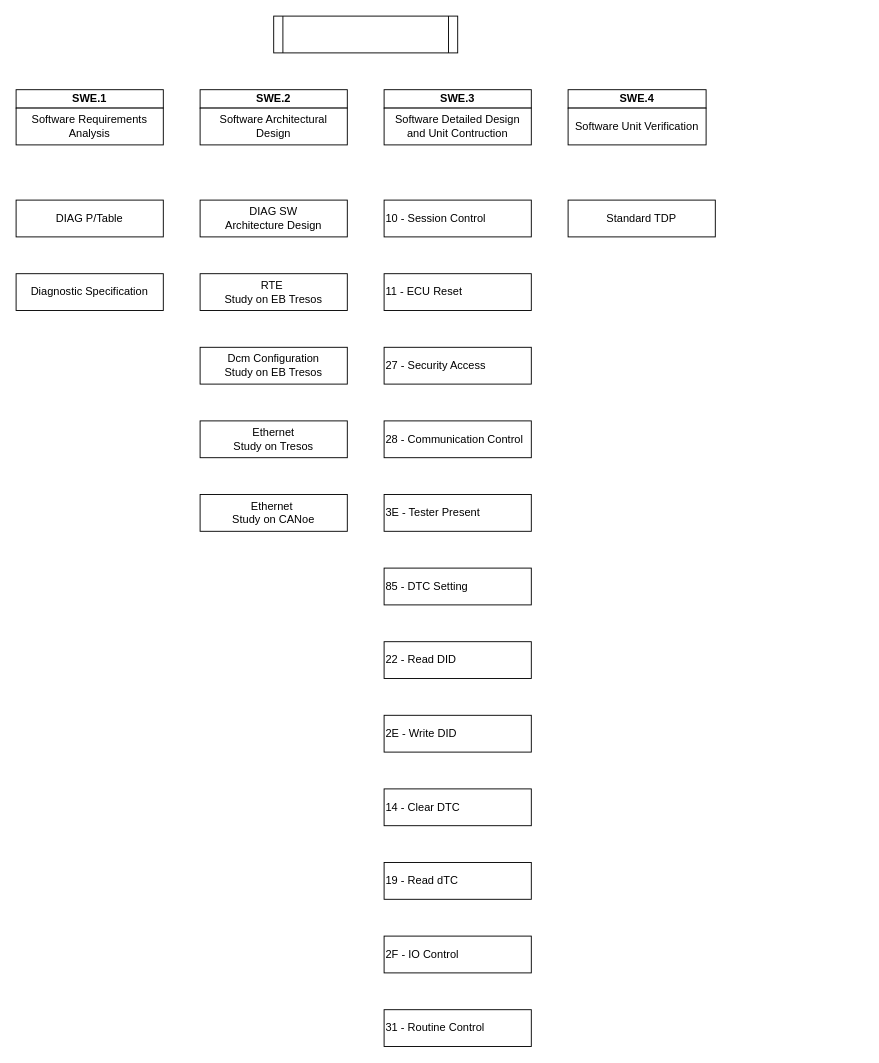
Jinhwan-Jung/emb keeps this draw.io diagram as page "02. ASPICE" (2 of 3) of 03. WBS/WBS_EMB.drawio. Above is the earlier version. Source tidied: cells renumbered, new cells numbered last; positions are measured from the earlier drawing's top-left corner, leaving out a move shared by most shapes. Both pictures are drawn from the tidied source at 92%, with x=0, y=0 at pixel (16, 16).
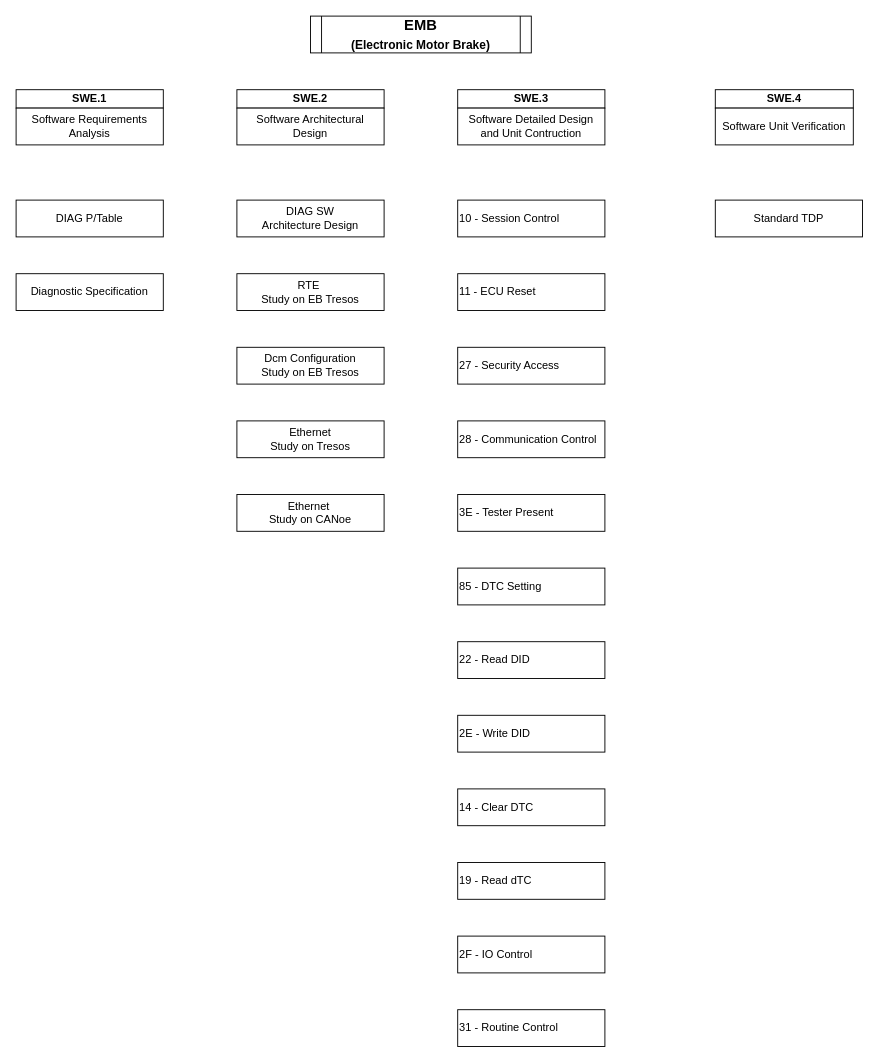
After the change.

Commit message:
update WBS draw

Diff of the diagram source:
```diff
@@
     <mxCell id="3" value="SWE.2" style="rounded=0;whiteSpace=wrap;html=1;fontStyle=1;" parent="1" vertex="1">
-      <mxGeometry x="200" y="80" width="160" height="20" as="geometry" />
+      <mxGeometry x="240" y="80" width="160" height="20" as="geometry" />
     </mxCell>
     <mxCell id="4" value="SWE.3" style="rounded=0;whiteSpace=wrap;html=1;fontStyle=1;" parent="1" vertex="1">
-      <mxGeometry x="400" y="80" width="160" height="20" as="geometry" />
+      <mxGeometry x="480" y="80" width="160" height="20" as="geometry" />
     </mxCell>
     <mxCell id="5" value="SWE.4" style="rounded=0;whiteSpace=wrap;html=1;fontStyle=1;" parent="1" vertex="1">
-      <mxGeometry x="600" y="80" width="150" height="20" as="geometry" />
+      <mxGeometry x="760" y="80" width="150" height="20" as="geometry" />
     </mxCell>
@@
     <mxCell id="8" value="DIAG SW&lt;br&gt;Architecture Design" style="rounded=0;whiteSpace=wrap;html=1;" parent="1" vertex="1">
-      <mxGeometry x="200" y="200" width="160" height="40" as="geometry" />
+      <mxGeometry x="240" y="200" width="160" height="40" as="geometry" />
     </mxCell>
@@
     <mxCell id="10" value="Software Architectural&lt;br&gt;Design" style="rounded=0;whiteSpace=wrap;html=1;" parent="1" vertex="1">
-      <mxGeometry x="200" y="100" width="160" height="40" as="geometry" />
+      <mxGeometry x="240" y="100" width="160" height="40" as="geometry" />
     </mxCell>
-    <mxCell id="11" style="shape=process;whiteSpace=wrap;html=1;backgroundOutline=1;fontSize=16;fontStyle=1;size=0.05;" parent="1" vertex="1">
-      <mxGeometry x="280" width="200" height="40" as="geometry" />
+    <mxCell id="11" value="EMB&lt;br&gt;&lt;font style=&quot;font-size: 13px&quot;&gt;(Electronic Motor Brake)&lt;/font&gt;" style="shape=process;whiteSpace=wrap;html=1;backgroundOutline=1;fontSize=16;fontStyle=1;size=0.05;" parent="1" vertex="1">
+      <mxGeometry x="320" width="240" height="40" as="geometry" />
     </mxCell>
     <mxCell id="12" value="Software Detailed Design&lt;br&gt;and Unit Contruction" style="rounded=0;whiteSpace=wrap;html=1;" parent="1" vertex="1">
-      <mxGeometry x="400" y="100" width="160" height="40" as="geometry" />
+      <mxGeometry x="480" y="100" width="160" height="40" as="geometry" />
     </mxCell>
     <mxCell id="13" value="Software Unit Verification" style="rounded=0;whiteSpace=wrap;html=1;" parent="1" vertex="1">
-      <mxGeometry x="600" y="100" width="150" height="40" as="geometry" />
+      <mxGeometry x="760" y="100" width="150" height="40" as="geometry" />
     </mxCell>
     <mxCell id="14" value="Standard TDP" style="rounded=0;whiteSpace=wrap;html=1;" parent="1" vertex="1">
-      <mxGeometry x="600" y="200" width="160" height="40" as="geometry" />
+      <mxGeometry x="760" y="200" width="160" height="40" as="geometry" />
     </mxCell>
     <mxCell id="15" value="RTE&amp;nbsp;&lt;br&gt;Study on EB Tresos" style="rounded=0;whiteSpace=wrap;html=1;" parent="1" vertex="1">
-      <mxGeometry x="200" y="280" width="160" height="40" as="geometry" />
+      <mxGeometry x="240" y="280" width="160" height="40" as="geometry" />
     </mxCell>
     <mxCell id="16" value="Ethernet&lt;br&gt;Study on Tresos" style="rounded=0;whiteSpace=wrap;html=1;" parent="1" vertex="1">
-      <mxGeometry x="200" y="440" width="160" height="40" as="geometry" />
+      <mxGeometry x="240" y="440" width="160" height="40" as="geometry" />
     </mxCell>
     <mxCell id="17" value="Ethernet&amp;nbsp;&lt;br&gt;Study on CANoe" style="rounded=0;whiteSpace=wrap;html=1;" parent="1" vertex="1">
-      <mxGeometry x="200" y="520" width="160" height="40" as="geometry" />
+      <mxGeometry x="240" y="520" width="160" height="40" as="geometry" />
     </mxCell>
     <mxCell id="18" value="10 - Session Control" style="rounded=0;whiteSpace=wrap;html=1;align=left;" parent="1" vertex="1">
-      <mxGeometry x="400" y="200" width="160" height="40" as="geometry" />
+      <mxGeometry x="480" y="200" width="160" height="40" as="geometry" />
     </mxCell>
     <mxCell id="19" value="11 - ECU Reset" style="rounded=0;whiteSpace=wrap;html=1;align=left;" parent="1" vertex="1">
-      <mxGeometry x="400" y="280" width="160" height="40" as="geometry" />
+      <mxGeometry x="480" y="280" width="160" height="40" as="geometry" />
     </mxCell>
     <mxCell id="20" value="27 - Security Access" style="rounded=0;whiteSpace=wrap;html=1;align=left;" parent="1" vertex="1">
-      <mxGeometry x="400" y="360" width="160" height="40" as="geometry" />
+      <mxGeometry x="480" y="360" width="160" height="40" as="geometry" />
     </mxCell>
     <mxCell id="21" value="28 - Communication Control" style="rounded=0;whiteSpace=wrap;html=1;align=left;" parent="1" vertex="1">
-      <mxGeometry x="400" y="440" width="160" height="40" as="geometry" />
+      <mxGeometry x="480" y="440" width="160" height="40" as="geometry" />
     </mxCell>
     <mxCell id="22" value="3E - Tester Present" style="rounded=0;whiteSpace=wrap;html=1;align=left;" parent="1" vertex="1">
-      <mxGeometry x="400" y="520" width="160" height="40" as="geometry" />
+      <mxGeometry x="480" y="520" width="160" height="40" as="geometry" />
     </mxCell>
     <mxCell id="23" value="85 - DTC Setting" style="rounded=0;whiteSpace=wrap;html=1;align=left;" parent="1" vertex="1">
-      <mxGeometry x="400" y="600" width="160" height="40" as="geometry" />
+      <mxGeometry x="480" y="600" width="160" height="40" as="geometry" />
     </mxCell>
     <mxCell id="24" value="22 - Read DID" style="rounded=0;whiteSpace=wrap;html=1;align=left;" parent="1" vertex="1">
-      <mxGeometry x="400" y="680" width="160" height="40" as="geometry" />
+      <mxGeometry x="480" y="680" width="160" height="40" as="geometry" />
     </mxCell>
     <mxCell id="25" value="2E - Write DID" style="rounded=0;whiteSpace=wrap;html=1;align=left;" parent="1" vertex="1">
-      <mxGeometry x="400" y="760" width="160" height="40" as="geometry" />
+      <mxGeometry x="480" y="760" width="160" height="40" as="geometry" />
     </mxCell>
     <mxCell id="26" value="14 - Clear DTC" style="rounded=0;whiteSpace=wrap;html=1;align=left;" parent="1" vertex="1">
-      <mxGeometry x="400" y="840" width="160" height="40" as="geometry" />
+      <mxGeometry x="480" y="840" width="160" height="40" as="geometry" />
     </mxCell>
     <mxCell id="27" value="19 - Read dTC" style="rounded=0;whiteSpace=wrap;html=1;align=left;" parent="1" vertex="1">
-      <mxGeometry x="400" y="920" width="160" height="40" as="geometry" />
+      <mxGeometry x="480" y="920" width="160" height="40" as="geometry" />
     </mxCell>
     <mxCell id="28" value="2F - IO Control" style="rounded=0;whiteSpace=wrap;html=1;align=left;" parent="1" vertex="1">
-      <mxGeometry x="400" y="1000" width="160" height="40" as="geometry" />
+      <mxGeometry x="480" y="1000" width="160" height="40" as="geometry" />
     </mxCell>
     <mxCell id="29" value="31 - Routine Control" style="rounded=0;whiteSpace=wrap;html=1;align=left;" parent="1" vertex="1">
-      <mxGeometry x="400" y="1080" width="160" height="40" as="geometry" />
+      <mxGeometry x="480" y="1080" width="160" height="40" as="geometry" />
     </mxCell>
     <mxCell id="30" value="Dcm Configuration&lt;br&gt;Study on EB Tresos" style="rounded=0;whiteSpace=wrap;html=1;" parent="1" vertex="1">
-      <mxGeometry x="200" y="360" width="160" height="40" as="geometry" />
+      <mxGeometry x="240" y="360" width="160" height="40" as="geometry" />
     </mxCell>
```
